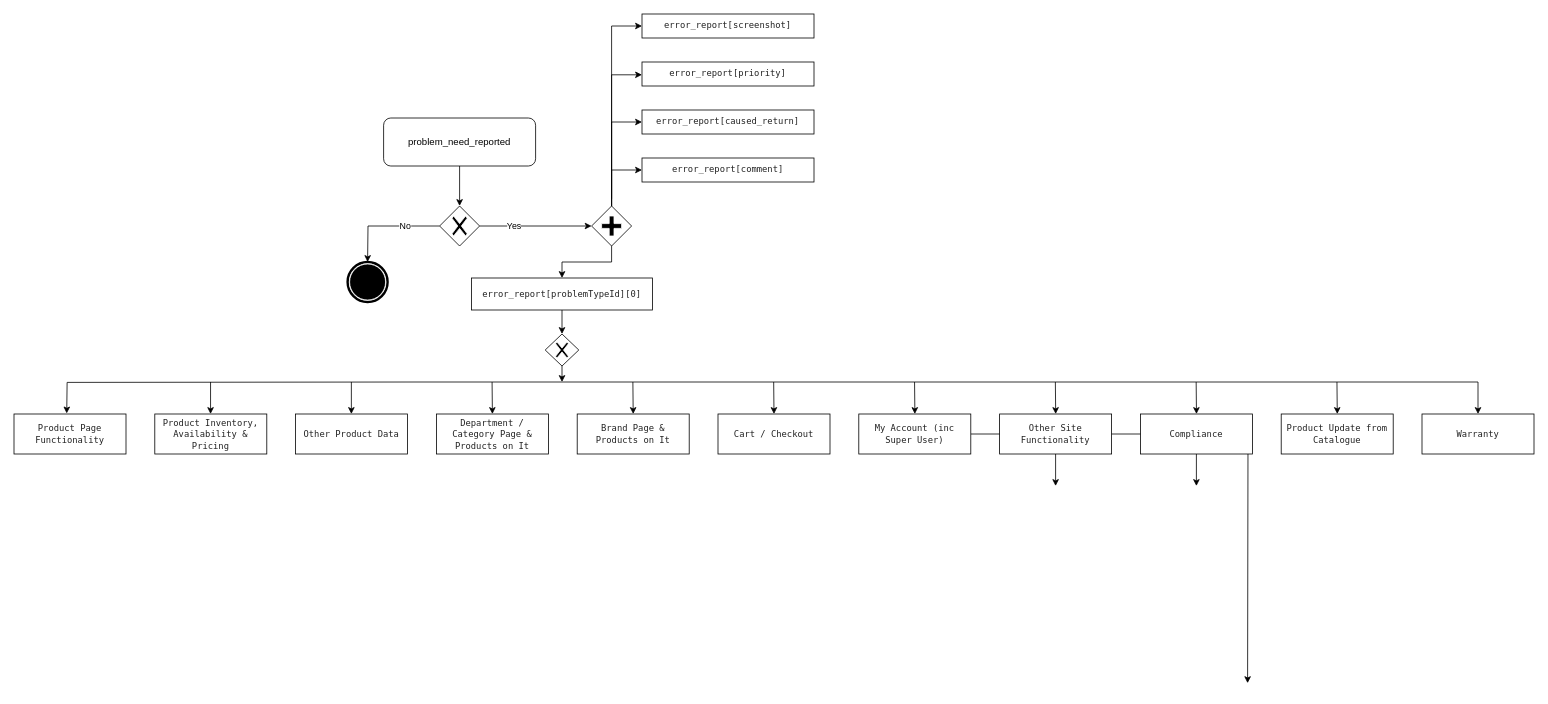
Earlier version of the draw.io diagram page "General" (1 of 6) of report-error.drawio (yvelio/test). Source tidied: cells renumbered, new cells numbered last; positions are measured from the earlier drawing's top-left corner, leaving out a move shared by most shapes. Both pictures are drawn from the tidied source at 80%, with x=0, y=0 at pixel (14, 14).
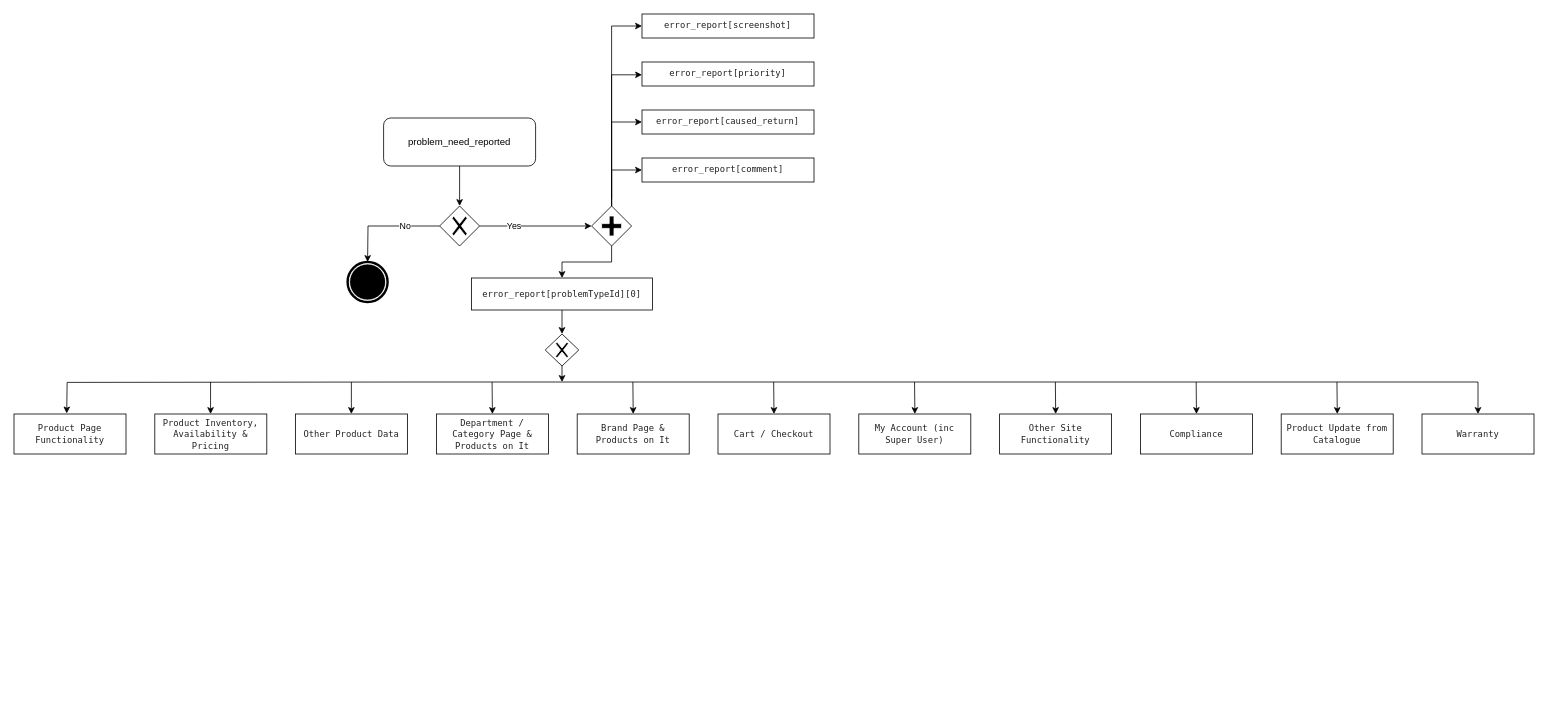
The same diagram, later.

Unchanged cells that the change refers to:
```xml
<mxCell id="37" value="&lt;span style=&quot;color: rgb(34 , 34 , 34) ; font-family: &amp;#34;menlo&amp;#34; , monospace ; font-size: 11px ; text-align: left ; background-color: rgb(255 , 255 , 255)&quot;&gt;&lt;br&gt;      My Account (inc Super User)&lt;br&gt;     &lt;/span&gt;&lt;span style=&quot;color: rgb(34 , 34 , 34) ; font-family: &amp;#34;menlo&amp;#34; , monospace ; font-size: 11px ; text-align: left ; background-color: rgb(255 , 255 , 255)&quot;&gt;&lt;br&gt;     &lt;/span&gt;" style="whiteSpace=wrap;html=1;verticalAlign=middle;" parent="1" vertex="1">
  <mxGeometry x="1056" y="500" width="140" height="50" as="geometry" />
</mxCell>
<mxCell id="38" value="&lt;span style=&quot;color: rgb(34 , 34 , 34) ; font-family: &amp;#34;menlo&amp;#34; , monospace ; font-size: 11px ; text-align: left ; background-color: rgb(255 , 255 , 255)&quot;&gt;Other Site Functionality&lt;/span&gt;&lt;span style=&quot;color: rgb(34 , 34 , 34) ; font-family: &amp;#34;menlo&amp;#34; , monospace ; font-size: 11px ; text-align: left ; background-color: rgb(255 , 255 , 255)&quot;&gt;&lt;br&gt;     &lt;/span&gt;" style="whiteSpace=wrap;html=1;verticalAlign=middle;" parent="1" vertex="1">
  <mxGeometry x="1232" y="500" width="140" height="50" as="geometry" />
</mxCell>
<mxCell id="39" value="&lt;span style=&quot;color: rgb(34 , 34 , 34) ; font-family: &amp;#34;menlo&amp;#34; , monospace ; font-size: 11px ; text-align: left ; background-color: rgb(255 , 255 , 255)&quot;&gt;Compliance&lt;/span&gt;&lt;span style=&quot;color: rgb(34 , 34 , 34) ; font-family: &amp;#34;menlo&amp;#34; , monospace ; font-size: 11px ; text-align: left ; background-color: rgb(255 , 255 , 255)&quot;&gt;&lt;br&gt;     &lt;/span&gt;" style="whiteSpace=wrap;html=1;verticalAlign=middle;" parent="1" vertex="1">
  <mxGeometry x="1408" y="500" width="140" height="50" as="geometry" />
</mxCell>
```

Change to the diagram source:
```diff
@@
-    <mxCell id="24" style="edgeStyle=orthogonalEdgeStyle;rounded=0;jettySize=auto;html=1;" parent="1" edge="1" source="37">
-      <mxGeometry relative="1" as="geometry">
-        <mxPoint x="1542" y="836.4" as="targetPoint" />
-      </mxGeometry>
-    </mxCell>
-    <mxCell id="25" style="edgeStyle=orthogonalEdgeStyle;rounded=0;jettySize=auto;html=1;" parent="1" edge="1" source="38">
-      <mxGeometry relative="1" as="geometry">
-        <mxPoint x="1302" y="590" as="targetPoint" />
-      </mxGeometry>
-    </mxCell>
-    <mxCell id="26" style="edgeStyle=orthogonalEdgeStyle;rounded=0;jettySize=auto;html=1;" parent="1" edge="1" source="39">
-      <mxGeometry relative="1" as="geometry">
-        <mxPoint x="1478" y="590" as="targetPoint" />
-      </mxGeometry>
-    </mxCell>
```
